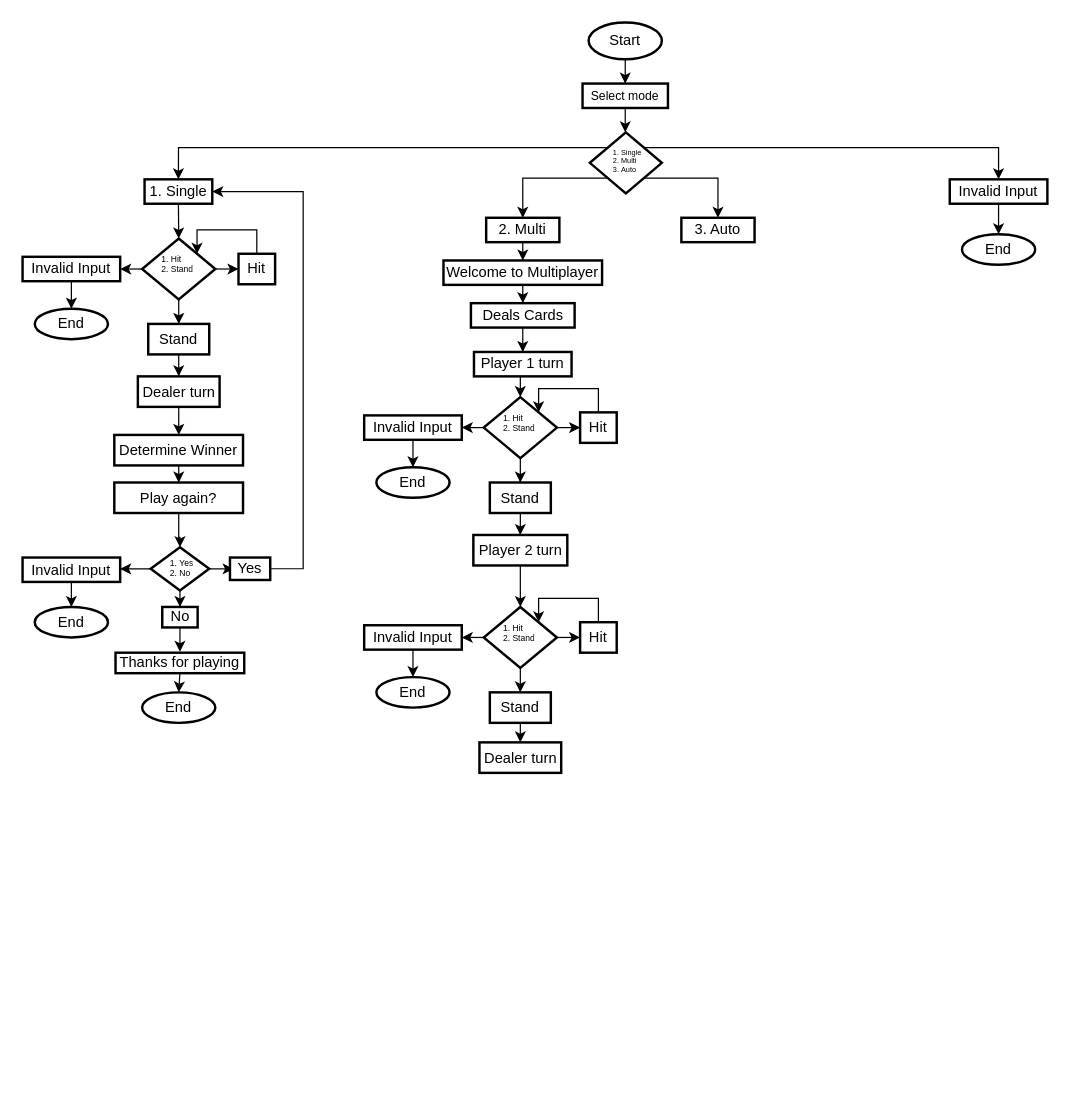
Above: Untitled Diagram.drawio in mmaritzz/LC-Project (draw.io), before the change. Source tidied: cells renumbered, new cells numbered last; positions are measured from the earlier drawing's top-left corner, leaving out a move shared by most shapes. Both pictures are drawn from the tidied source at 122%, with x=0, y=0 at pixel (22, 22).
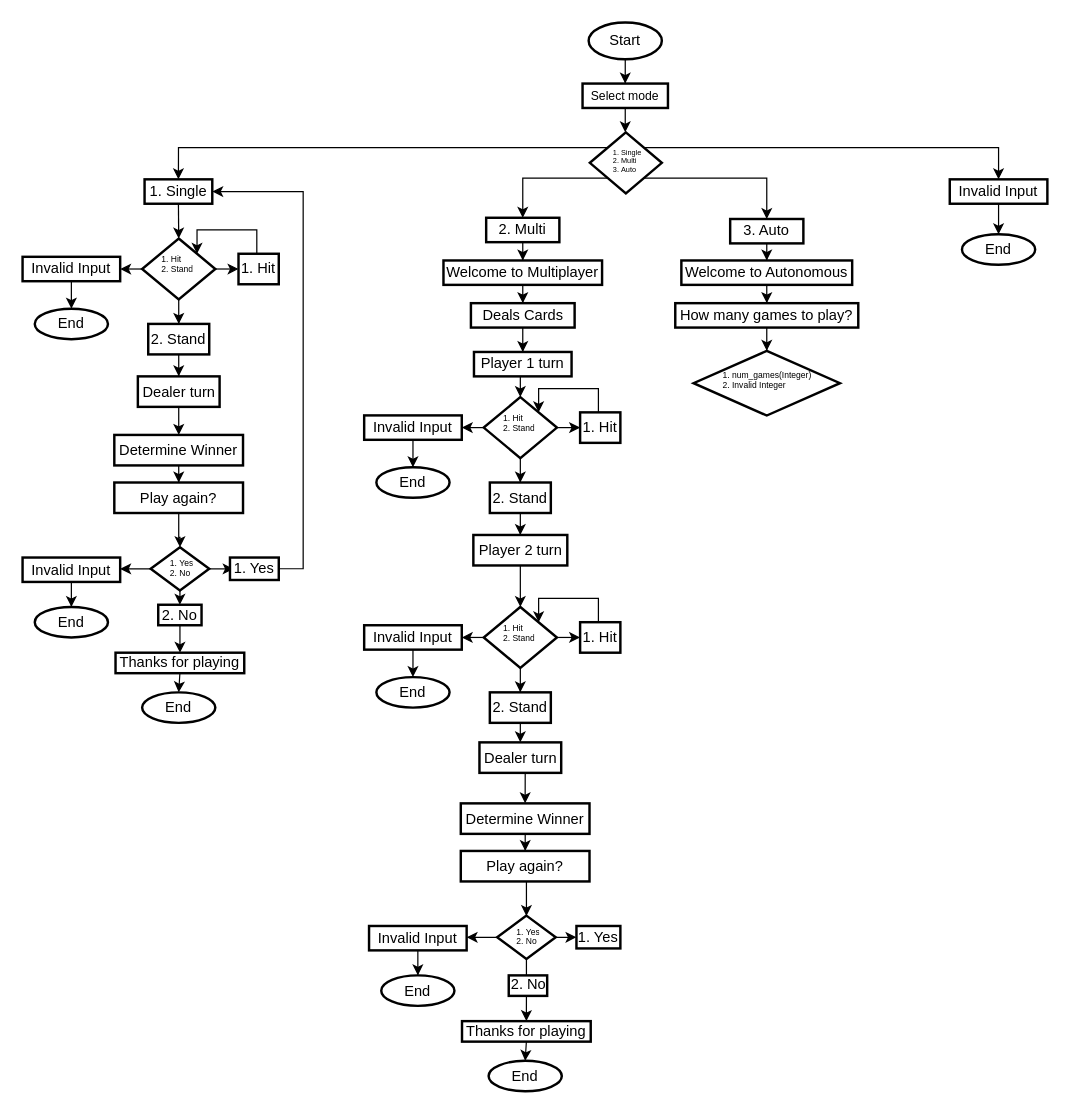
The same page after the edit.

Unchanged cells that the change refers to:
```xml
<mxCell id="67" value="Dealer turn" style="whiteSpace=wrap;html=1;strokeWidth=2;" parent="1" vertex="1">
  <mxGeometry x="374.5" y="590" width="67" height="25" as="geometry" />
</mxCell>
<mxCell id="76" style="rhombus;whiteSpace=wrap;html=1;strokeWidth=2;" parent="1" vertex="1">
  <mxGeometry x="105" y="430" width="48" height="35.5" as="geometry" />
</mxCell>
<mxCell id="82" value="Invalid Input" style="whiteSpace=wrap;html=1;strokeWidth=2;" parent="1" vertex="1">
  <mxGeometry y="438.5" width="80" height="20" as="geometry" />
</mxCell>
```

Diff of the diagram source:
```diff
@@
+    <mxCell id="87" style="edgeStyle=orthogonalEdgeStyle;rounded=0;jettySize=auto;html=1;" parent="1" edge="1" source="17" target="109">
+      <mxGeometry relative="1" as="geometry" />
+    </mxCell>
     <mxCell id="17" value="3. Auto" style="whiteSpace=wrap;html=1;strokeWidth=2;" parent="1" vertex="1">
-      <mxGeometry x="540" y="160" width="60" height="20" as="geometry" />
+      <mxGeometry x="580" y="161" width="60" height="20" as="geometry" />
     </mxCell>
@@
-    <mxCell id="31" value="Hit" style="whiteSpace=wrap;html=1;strokeWidth=2;" parent="1" vertex="1">
-      <mxGeometry x="457" y="319.5" width="30" height="25" as="geometry" />
+    <mxCell id="31" value="1. Hit" style="whiteSpace=wrap;html=1;strokeWidth=2;" parent="1" vertex="1">
+      <mxGeometry x="457" y="319.5" width="33" height="25" as="geometry" />
     </mxCell>
@@
-    <mxCell id="36" value="Stand" style="whiteSpace=wrap;html=1;strokeWidth=2;" parent="1" vertex="1">
+    <mxCell id="36" value="2. Stand" style="whiteSpace=wrap;html=1;strokeWidth=2;" parent="1" vertex="1">
       <mxGeometry x="383" y="377" width="50" height="25" as="geometry" />
     </mxCell>
@@
-    <mxCell id="47" value="Hit" style="whiteSpace=wrap;html=1;strokeWidth=2;" parent="1" vertex="1">
-      <mxGeometry x="457" y="491.5" width="30" height="25" as="geometry" />
+    <mxCell id="47" value="1. Hit" style="whiteSpace=wrap;html=1;strokeWidth=2;" parent="1" vertex="1">
+      <mxGeometry x="457" y="491.5" width="33" height="25" as="geometry" />
     </mxCell>
@@
-    <mxCell id="52" value="Stand" style="whiteSpace=wrap;html=1;strokeWidth=2;" parent="1" vertex="1">
+    <mxCell id="52" value="2. Stand" style="whiteSpace=wrap;html=1;strokeWidth=2;" parent="1" vertex="1">
       <mxGeometry x="383" y="549" width="50" height="25" as="geometry" />
     </mxCell>
@@
-    <mxCell id="59" value="Hit" style="whiteSpace=wrap;html=1;strokeWidth=2;" parent="1" vertex="1">
-      <mxGeometry x="177" y="189.5" width="30" height="25" as="geometry" />
+    <mxCell id="59" value="1. Hit" style="whiteSpace=wrap;html=1;strokeWidth=2;" parent="1" vertex="1">
+      <mxGeometry x="177" y="189.5" width="33" height="25" as="geometry" />
     </mxCell>
@@
-    <mxCell id="64" value="Stand" style="whiteSpace=wrap;html=1;strokeWidth=2;" parent="1" vertex="1">
+    <mxCell id="64" value="2. Stand" style="whiteSpace=wrap;html=1;strokeWidth=2;" parent="1" vertex="1">
       <mxGeometry x="103" y="247" width="50" height="25" as="geometry" />
     </mxCell>
@@
+    <mxCell id="88" style="edgeStyle=orthogonalEdgeStyle;rounded=0;jettySize=auto;html=1;exitX=0.5;exitY=1;exitDx=0;exitDy=0;entryX=0.5;entryY=0;entryDx=0;entryDy=0;" parent="1" edge="1" source="67" target="90">
+      <mxGeometry relative="1" as="geometry" />
+    </mxCell>
@@
+    <mxCell id="75" style="edgeStyle=orthogonalEdgeStyle;rounded=0;jettySize=auto;html=1;exitX=0;exitY=0.5;exitDx=0;exitDy=0;entryX=1;entryY=0.5;entryDx=0;entryDy=0;" parent="1" edge="1" source="76" target="82">
+      <mxGeometry relative="1" as="geometry" />
+    </mxCell>
-    <mxCell id="74" style="edgeStyle=orthogonalEdgeStyle;rounded=0;jettySize=auto;html=1;" parent="1" edge="1" source="76" target="80">
+    <mxCell id="74" style="edgeStyle=orthogonalEdgeStyle;rounded=0;jettySize=auto;html=1;exitX=0.5;exitY=1;exitDx=0;exitDy=0;entryX=0.5;entryY=0;entryDx=0;entryDy=0;" parent="1" edge="1" source="76" target="80">
       <mxGeometry relative="1" as="geometry" />
     </mxCell>
-    <mxCell id="75" style="edgeStyle=orthogonalEdgeStyle;rounded=0;jettySize=auto;html=1;exitX=0;exitY=0.5;exitDx=0;exitDy=0;entryX=1;entryY=0.5;entryDx=0;entryDy=0;" parent="1" edge="1" source="76" target="82">
-      <mxGeometry relative="1" as="geometry" />
-    </mxCell>
@@
-    <mxCell id="78" value="Yes" style="whiteSpace=wrap;html=1;strokeWidth=2;" parent="1" vertex="1">
-      <mxGeometry x="170" y="438.5" width="33" height="18.4" as="geometry" />
+    <mxCell id="78" value="1. Yes" style="whiteSpace=wrap;html=1;strokeWidth=2;" parent="1" vertex="1">
+      <mxGeometry x="170" y="438.5" width="40" height="18.4" as="geometry" />
     </mxCell>
@@
-    <mxCell id="80" value="No" style="whiteSpace=wrap;html=1;strokeWidth=2;" parent="1" vertex="1">
-      <mxGeometry x="114.5" y="479" width="29" height="16.8" as="geometry" />
+    <mxCell id="80" value="2. No" style="whiteSpace=wrap;html=1;strokeWidth=2;" parent="1" vertex="1">
+      <mxGeometry x="111.2" y="477.2" width="35.5" height="16.8" as="geometry" />
     </mxCell>
@@
+    <mxCell id="89" style="edgeStyle=orthogonalEdgeStyle;rounded=0;jettySize=auto;html=1;" parent="1" edge="1" source="90" target="92">
+      <mxGeometry relative="1" as="geometry" />
+    </mxCell>
+    <mxCell id="90" value="Determine Winner" style="whiteSpace=wrap;html=1;strokeWidth=2;" parent="1" vertex="1">
+      <mxGeometry x="359.2" y="640" width="105.5" height="25" as="geometry" />
+    </mxCell>
+    <mxCell id="91" style="edgeStyle=orthogonalEdgeStyle;rounded=0;jettySize=auto;html=1;exitX=0.5;exitY=1;exitDx=0;exitDy=0;entryX=0.667;entryY=0.013;entryDx=0;entryDy=0;entryPerimeter=0;" parent="1" edge="1" source="92" target="97">
+      <mxGeometry relative="1" as="geometry" />
+    </mxCell>
+    <mxCell id="92" value="Play again?" style="whiteSpace=wrap;html=1;strokeWidth=2;" parent="1" vertex="1">
+      <mxGeometry x="359.2" y="679" width="105.5" height="25" as="geometry" />
+    </mxCell>
+    <mxCell id="93" style="edgeStyle=orthogonalEdgeStyle;rounded=0;jettySize=auto;html=1;" parent="1" edge="1" source="96" target="100">
+      <mxGeometry relative="1" as="geometry" />
+    </mxCell>
+    <mxCell id="94" style="edgeStyle=orthogonalEdgeStyle;rounded=0;jettySize=auto;html=1;exitX=0;exitY=0.5;exitDx=0;exitDy=0;entryX=1;entryY=0.5;entryDx=0;entryDy=0;" parent="1" edge="1" source="96" target="102">
+      <mxGeometry relative="1" as="geometry" />
+    </mxCell>
+    <mxCell id="95" style="edgeStyle=orthogonalEdgeStyle;rounded=0;jettySize=auto;html=1;exitX=1;exitY=0.5;exitDx=0;exitDy=0;entryX=0;entryY=0.5;entryDx=0;entryDy=0;" parent="1" edge="1" source="96" target="98">
+      <mxGeometry relative="1" as="geometry" />
+    </mxCell>
+    <mxCell id="96" style="rhombus;whiteSpace=wrap;html=1;strokeWidth=2;" parent="1" vertex="1">
+      <mxGeometry x="389" y="732" width="48" height="35.5" as="geometry" />
+    </mxCell>
+    <mxCell id="97" value="&lt;ol style=&quot;font-size: 7px;&quot;&gt;&lt;li&gt;Yes&lt;/li&gt;&lt;li&gt;No&lt;/li&gt;&lt;/ol&gt;" style="text;strokeColor=none;fillColor=none;html=1;whiteSpace=wrap;verticalAlign=middle;overflow=hidden;" parent="1" vertex="1">
+      <mxGeometry x="371" y="732" width="63" height="32" as="geometry" />
+    </mxCell>
+    <mxCell id="98" value="1. Yes" style="whiteSpace=wrap;html=1;strokeWidth=2;" parent="1" vertex="1">
+      <mxGeometry x="454" y="740.5" width="36" height="18.4" as="geometry" />
+    </mxCell>
+    <mxCell id="99" style="edgeStyle=orthogonalEdgeStyle;rounded=0;jettySize=auto;html=1;exitX=0.5;exitY=1;exitDx=0;exitDy=0;entryX=0.5;entryY=0;entryDx=0;entryDy=0;" parent="1" edge="1" source="100" target="106">
+      <mxGeometry relative="1" as="geometry" />
+    </mxCell>
+    <mxCell id="100" value="2. No" style="whiteSpace=wrap;html=1;strokeWidth=2;" parent="1" vertex="1">
+      <mxGeometry x="398.5" y="781" width="31.5" height="16.8" as="geometry" />
+    </mxCell>
+    <mxCell id="101" style="edgeStyle=orthogonalEdgeStyle;rounded=0;jettySize=auto;html=1;" parent="1" edge="1" source="102" target="103">
+      <mxGeometry relative="1" as="geometry" />
+    </mxCell>
+    <mxCell id="102" value="Invalid Input" style="whiteSpace=wrap;html=1;strokeWidth=2;" parent="1" vertex="1">
+      <mxGeometry x="284" y="740.5" width="80" height="20" as="geometry" />
+    </mxCell>
+    <mxCell id="103" value="End" style="ellipse;whiteSpace=wrap;html=1;strokeWidth=2;" parent="1" vertex="1">
+      <mxGeometry x="294" y="781" width="60" height="25" as="geometry" />
+    </mxCell>
+    <mxCell id="104" value="End" style="ellipse;whiteSpace=wrap;html=1;strokeWidth=2;" parent="1" vertex="1">
+      <mxGeometry x="382" y="851" width="60" height="25" as="geometry" />
+    </mxCell>
+    <mxCell id="105" style="edgeStyle=orthogonalEdgeStyle;rounded=0;jettySize=auto;html=1;exitX=0.5;exitY=1;exitDx=0;exitDy=0;entryX=0.5;entryY=0;entryDx=0;entryDy=0;" parent="1" edge="1" source="106" target="104">
+      <mxGeometry relative="1" as="geometry" />
+    </mxCell>
+    <mxCell id="106" value="Thanks for playing" style="whiteSpace=wrap;html=1;strokeWidth=2;" parent="1" vertex="1">
+      <mxGeometry x="360.2" y="818.5" width="105.5" height="16.8" as="geometry" />
+    </mxCell>
+    <mxCell id="107" style="edgeStyle=orthogonalEdgeStyle;rounded=0;orthogonalLoop=1;jettySize=auto;html=1;exitX=0.5;exitY=1;exitDx=0;exitDy=0;" parent="1" edge="1" source="17" target="17">
+      <mxGeometry relative="1" as="geometry" />
+    </mxCell>
+    <mxCell id="108" style="edgeStyle=orthogonalEdgeStyle;rounded=0;jettySize=auto;html=1;" parent="1" edge="1" source="109" target="111">
+      <mxGeometry relative="1" as="geometry" />
+    </mxCell>
+    <mxCell id="109" value="Welcome to Autonomous" style="whiteSpace=wrap;html=1;strokeWidth=2;" parent="1" vertex="1">
+      <mxGeometry x="540" y="195" width="140" height="20" as="geometry" />
+    </mxCell>
+    <mxCell id="110" style="edgeStyle=orthogonalEdgeStyle;rounded=0;jettySize=auto;html=1;" parent="1" edge="1" source="111" target="112">
+      <mxGeometry relative="1" as="geometry" />
+    </mxCell>
+    <mxCell id="111" value="How many games to play?" style="whiteSpace=wrap;html=1;strokeWidth=2;" parent="1" vertex="1">
+      <mxGeometry x="535" y="230" width="150" height="20" as="geometry" />
+    </mxCell>
+    <mxCell id="112" style="rhombus;whiteSpace=wrap;html=1;strokeWidth=2;" parent="1" vertex="1">
+      <mxGeometry x="550" y="269.1" width="120" height="53" as="geometry" />
+    </mxCell>
+    <mxCell id="113" value="&lt;ol style=&quot;font-size: 7px;&quot;&gt;&lt;li&gt;num_games(Integer)&lt;/li&gt;&lt;li&gt;Invalid Integer&lt;/li&gt;&lt;/ol&gt;" style="text;strokeColor=none;fillColor=none;html=1;whiteSpace=wrap;verticalAlign=middle;overflow=hidden;" parent="1" vertex="1">
+      <mxGeometry x="540" y="276.6" width="110" height="30.5" as="geometry" />
+    </mxCell>
```
